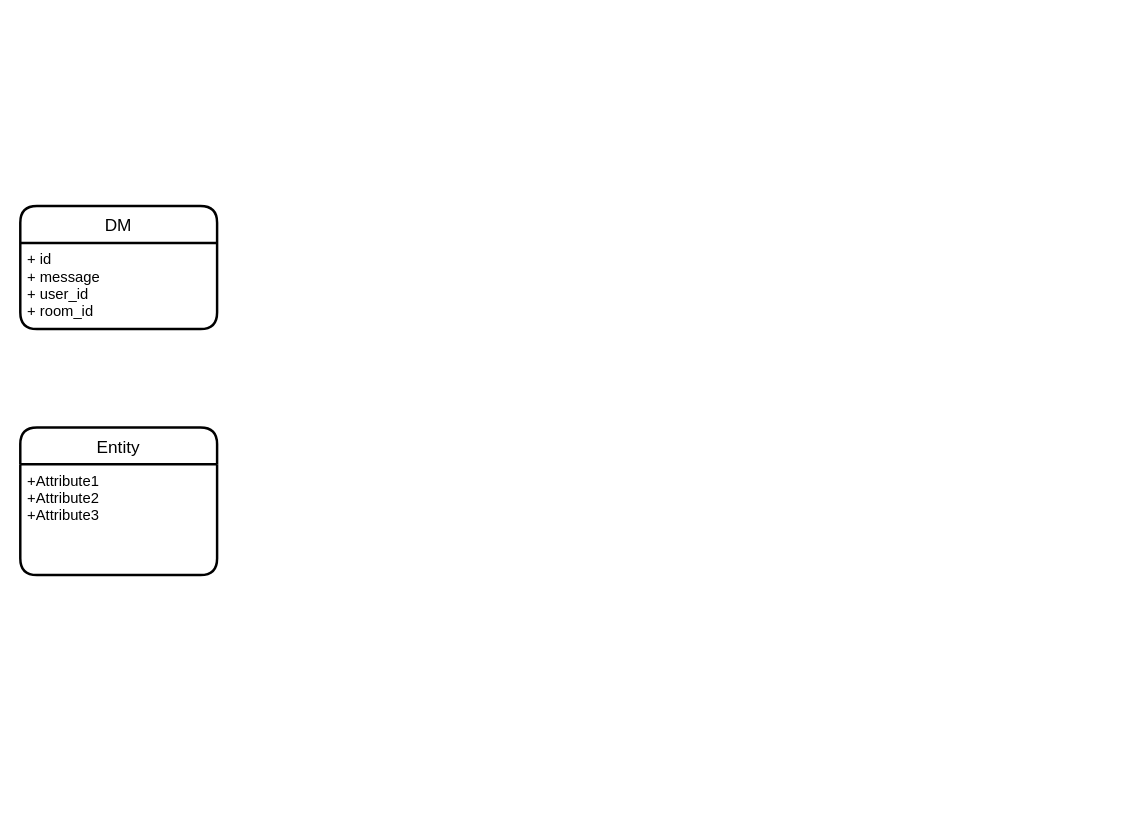
10Ne2Cx1To426/k-pop keeps this draw.io diagram as k-poo.dio. Above is the earlier version. Source tidied: cells renumbered, new cells numbered last; positions are measured from the earlier drawing's top-left corner, leaving out a move shared by most shapes. Both pictures are drawn from the tidied source at 123%, with x=0, y=0 at pixel (20, 205).
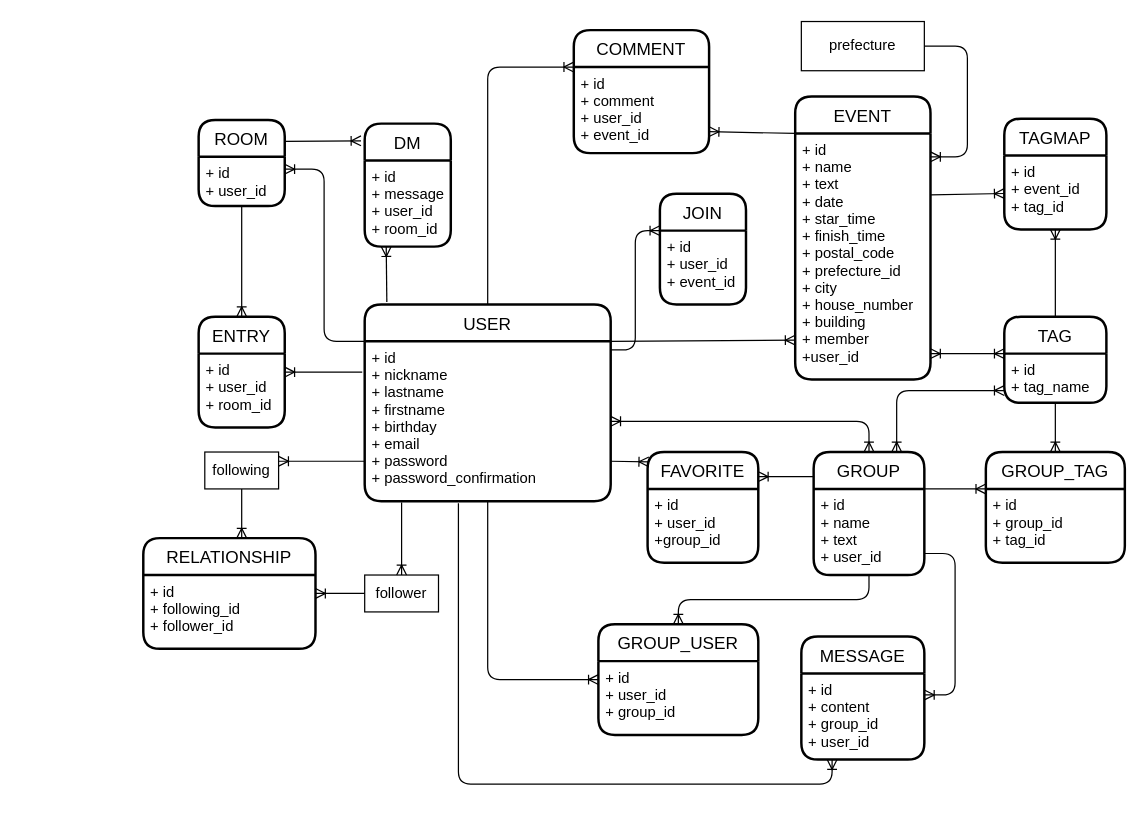
The same diagram, later.

What changed in the source:
```diff
@@
     <mxCell id="2" value="DM" style="swimlane;horizontal=1;startSize=30;rounded=1;fontSize=14;fontStyle=0;strokeWidth=2;shadow=0;dashed=0;align=center;" parent="1" vertex="1">
-      <mxGeometry width="160" height="100" as="geometry" />
+      <mxGeometry x="280" y="-67" width="70" height="100" as="geometry" />
     </mxCell>
     <mxCell id="3" value="+ id&#10;+ message&#10;+ user_id&#10;+ room_id" style="align=left;strokeColor=none;fillColor=none;spacingLeft=4;fontSize=12;verticalAlign=top;" parent="2" vertex="1">
-      <mxGeometry y="30" width="160" height="70" as="geometry" />
+      <mxGeometry y="30" width="70" height="70" as="geometry" />
     </mxCell>
-    <mxCell id="4" value="Entity" style="swimlane;horizontal=1;startSize=30;rounded=1;fontSize=14;fontStyle=0;strokeWidth=2;shadow=0;dashed=0;align=center;" parent="1" vertex="1">
-      <mxGeometry y="180" width="160" height="120" as="geometry" />
+    <mxCell id="4" value="ENTRY" style="swimlane;horizontal=1;startSize=30;rounded=1;fontSize=14;fontStyle=0;strokeWidth=2;shadow=0;dashed=0;align=center;" parent="1" vertex="1">
+      <mxGeometry x="145" y="90" width="70" height="90" as="geometry" />
     </mxCell>
-    <mxCell id="5" value="+Attribute1&#10;+Attribute2&#10;+Attribute3" style="align=left;strokeColor=none;fillColor=none;spacingLeft=4;fontSize=12;verticalAlign=top;" parent="4" vertex="1">
-      <mxGeometry y="30" width="160" height="90" as="geometry" />
+    <mxCell id="5" value="+ id&#10;+ user_id&#10;+ room_id" style="align=left;strokeColor=none;fillColor=none;spacingLeft=4;fontSize=12;verticalAlign=top;" parent="4" vertex="1">
+      <mxGeometry y="30" width="70" height="60" as="geometry" />
     </mxCell>
+    <mxCell id="6" value="EVENT" style="swimlane;horizontal=1;startSize=30;rounded=1;fontSize=14;fontStyle=0;strokeWidth=2;shadow=0;dashed=0;align=center;" parent="1" vertex="1">
+      <mxGeometry x="630" y="-89" width="110" height="230" as="geometry" />
+    </mxCell>
+    <mxCell id="7" value="+ id&#10;+ name&#10;+ text&#10;+ date&#10;+ star_time&#10;+ finish_time&#10;+ postal_code&#10;+ prefecture_id&#10;+ city&#10;+ house_number&#10;+ building&#10;+ member&#10;+user_id&#10;" style="align=left;strokeColor=none;fillColor=none;spacingLeft=4;fontSize=12;verticalAlign=top;" parent="6" vertex="1">
+      <mxGeometry y="30" width="110" height="200" as="geometry" />
+    </mxCell>
+    <mxCell id="8" value="FAVORITE" style="swimlane;horizontal=1;startSize=30;rounded=1;fontSize=14;fontStyle=0;strokeWidth=2;shadow=0;dashed=0;align=center;" parent="1" vertex="1">
+      <mxGeometry x="510" y="200" width="90" height="90" as="geometry" />
+    </mxCell>
+    <mxCell id="9" value="+ id&#10;+ user_id&#10;+group_id" style="align=left;strokeColor=none;fillColor=none;spacingLeft=4;fontSize=12;verticalAlign=top;" parent="8" vertex="1">
+      <mxGeometry y="30" width="90" height="60" as="geometry" />
+    </mxCell>
+    <mxCell id="10" value="GROUP_TAG" style="swimlane;horizontal=1;startSize=30;rounded=1;fontSize=14;fontStyle=0;strokeWidth=2;shadow=0;dashed=0;align=center;" parent="1" vertex="1">
+      <mxGeometry x="785" y="200" width="113" height="90" as="geometry" />
+    </mxCell>
+    <mxCell id="11" value="+ id&#10;+ group_id&#10;+ tag_id" style="align=left;strokeColor=none;fillColor=none;spacingLeft=4;fontSize=12;verticalAlign=top;" parent="10" vertex="1">
+      <mxGeometry y="30" width="113" height="60" as="geometry" />
+    </mxCell>
+    <mxCell id="12" value="GROUP_USER" style="swimlane;horizontal=1;startSize=30;rounded=1;fontSize=14;fontStyle=0;strokeWidth=2;shadow=0;dashed=0;align=center;" parent="1" vertex="1">
+      <mxGeometry x="470" y="340" width="130" height="90" as="geometry" />
+    </mxCell>
+    <mxCell id="13" value="+ id&#10;+ user_id&#10;+ group_id" style="align=left;strokeColor=none;fillColor=none;spacingLeft=4;fontSize=12;verticalAlign=top;" parent="12" vertex="1">
+      <mxGeometry y="30" width="130" height="60" as="geometry" />
+    </mxCell>
+    <mxCell id="14" value="GROUP" style="swimlane;horizontal=1;startSize=30;rounded=1;fontSize=14;fontStyle=0;strokeWidth=2;shadow=0;dashed=0;align=center;" parent="1" vertex="1">
+      <mxGeometry x="645" y="200" width="90" height="100" as="geometry" />
+    </mxCell>
+    <mxCell id="15" value="+ id&#10;+ name&#10;+ text&#10;+ user_id" style="align=left;strokeColor=none;fillColor=none;spacingLeft=4;fontSize=12;verticalAlign=top;" parent="14" vertex="1">
+      <mxGeometry y="30" width="90" height="70" as="geometry" />
+    </mxCell>
+    <mxCell id="16" value="JOIN" style="swimlane;horizontal=1;startSize=30;rounded=1;fontSize=14;fontStyle=0;strokeWidth=2;shadow=0;dashed=0;align=center;" parent="1" vertex="1">
+      <mxGeometry x="520" y="-10" width="70" height="90" as="geometry" />
+    </mxCell>
+    <mxCell id="17" value="+ id&#10;+ user_id&#10;+ event_id" style="align=left;strokeColor=none;fillColor=none;spacingLeft=4;fontSize=12;verticalAlign=top;" parent="16" vertex="1">
+      <mxGeometry y="30" width="70" height="60" as="geometry" />
+    </mxCell>
+    <mxCell id="18" value="MESSAGE" style="swimlane;horizontal=1;startSize=30;rounded=1;fontSize=14;fontStyle=0;strokeWidth=2;shadow=0;dashed=0;align=center;" parent="1" vertex="1">
+      <mxGeometry x="635" y="350" width="100" height="100" as="geometry" />
+    </mxCell>
+    <mxCell id="19" value="+ id&#10;+ content&#10;+ group_id&#10;+ user_id" style="align=left;strokeColor=none;fillColor=none;spacingLeft=4;fontSize=12;verticalAlign=top;" parent="18" vertex="1">
+      <mxGeometry y="30" width="100" height="70" as="geometry" />
+    </mxCell>
+    <mxCell id="20" value="RELATIONSHIP" style="swimlane;horizontal=1;startSize=30;rounded=1;fontSize=14;fontStyle=0;strokeWidth=2;shadow=0;dashed=0;align=center;" parent="1" vertex="1">
+      <mxGeometry x="100" y="270" width="140" height="90" as="geometry" />
+    </mxCell>
+    <mxCell id="21" value="+ id&#10;+ following_id&#10;+ follower_id&#10;" style="align=left;strokeColor=none;fillColor=none;spacingLeft=4;fontSize=12;verticalAlign=top;" parent="20" vertex="1">
+      <mxGeometry y="30" width="140" height="60" as="geometry" />
+    </mxCell>
+    <mxCell id="22" value="ROOM" style="swimlane;horizontal=1;startSize=30;rounded=1;fontSize=14;fontStyle=0;strokeWidth=2;shadow=0;dashed=0;align=center;" parent="1" vertex="1">
+      <mxGeometry x="145" y="-70" width="70" height="70" as="geometry" />
+    </mxCell>
+    <mxCell id="23" value="+ id&#10;+ user_id" style="align=left;strokeColor=none;fillColor=none;spacingLeft=4;fontSize=12;verticalAlign=top;" parent="22" vertex="1">
+      <mxGeometry y="30" width="70" height="40" as="geometry" />
+    </mxCell>
+    <mxCell id="24" value="TAGMAP" style="swimlane;horizontal=1;startSize=30;rounded=1;fontSize=14;fontStyle=0;strokeWidth=2;shadow=0;dashed=0;align=center;" parent="1" vertex="1">
+      <mxGeometry x="800" y="-71" width="83" height="90" as="geometry" />
+    </mxCell>
+    <mxCell id="25" value="+ id&#10;+ event_id&#10;+ tag_id" style="align=left;strokeColor=none;fillColor=none;spacingLeft=4;fontSize=12;verticalAlign=top;" parent="24" vertex="1">
+      <mxGeometry y="30" width="83" height="60" as="geometry" />
+    </mxCell>
+    <mxCell id="26" value="TAG" style="swimlane;horizontal=1;startSize=30;rounded=1;fontSize=14;fontStyle=0;strokeWidth=2;shadow=0;dashed=0;align=center;" parent="1" vertex="1">
+      <mxGeometry x="800" y="90" width="83" height="70" as="geometry" />
+    </mxCell>
+    <mxCell id="27" value="+ id&#10;+ tag_name" style="align=left;strokeColor=none;fillColor=none;spacingLeft=4;fontSize=12;verticalAlign=top;" parent="26" vertex="1">
+      <mxGeometry y="30" width="83" height="40" as="geometry" />
+    </mxCell>
+    <mxCell id="28" value="USER" style="swimlane;horizontal=1;startSize=30;rounded=1;fontSize=14;fontStyle=0;strokeWidth=2;shadow=0;dashed=0;align=center;" parent="1" vertex="1">
+      <mxGeometry x="280" y="80" width="200" height="160" as="geometry" />
+    </mxCell>
+    <mxCell id="29" value="+ id&#10;+ nickname&#10;+ lastname&#10;+ firstname&#10;+ birthday&#10;+ email&#10;+ password&#10;+ password_confirmation" style="align=left;strokeColor=none;fillColor=none;spacingLeft=4;fontSize=12;verticalAlign=top;" parent="28" vertex="1">
+      <mxGeometry y="30" width="200" height="130" as="geometry" />
+    </mxCell>
+    <mxCell id="30" value="prefecture" style="whiteSpace=wrap;html=1;align=center;" parent="1" vertex="1">
+      <mxGeometry x="635" y="-150" width="100" height="40" as="geometry" />
+    </mxCell>
+    <mxCell id="31" value="follower" style="whiteSpace=wrap;html=1;align=center;" parent="1" vertex="1">
+      <mxGeometry x="280" y="300" width="60" height="30" as="geometry" />
+    </mxCell>
+    <mxCell id="32" value="following" style="whiteSpace=wrap;html=1;align=center;" parent="1" vertex="1">
+      <mxGeometry x="150" y="200" width="60" height="30" as="geometry" />
+    </mxCell>
+    <mxCell id="33" value="COMMENT" style="swimlane;horizontal=1;startSize=30;rounded=1;fontSize=14;fontStyle=0;strokeWidth=2;shadow=0;dashed=0;align=center;" parent="1" vertex="1">
+      <mxGeometry x="450" y="-143" width="110" height="100" as="geometry" />
+    </mxCell>
+    <mxCell id="34" value="+ id&#10;+ comment&#10;+ user_id&#10;+ event_id" style="align=left;strokeColor=none;fillColor=none;spacingLeft=4;fontSize=12;verticalAlign=top;" parent="33" vertex="1">
+      <mxGeometry y="30" width="110" height="70" as="geometry" />
+    </mxCell>
+    <mxCell id="35" style="fontSize=12;html=1;endArrow=ERoneToMany;entryX=1;entryY=0.25;entryDx=0;entryDy=0;exitX=0;exitY=0.75;exitDx=0;exitDy=0;" parent="1" edge="1" source="29" target="32">
+      <mxGeometry relative="1" as="geometry" />
+    </mxCell>
+    <mxCell id="36" style="fontSize=12;html=1;endArrow=ERoneToMany;entryX=0.5;entryY=0;entryDx=0;entryDy=0;" parent="1" edge="1" target="31">
+      <mxGeometry relative="1" as="geometry">
+        <mxPoint x="310" y="241" as="sourcePoint" />
+      </mxGeometry>
+    </mxCell>
+    <mxCell id="37" style="fontSize=12;html=1;endArrow=ERoneToMany;exitX=0.5;exitY=1;exitDx=0;exitDy=0;" parent="1" edge="1" source="32">
+      <mxGeometry relative="1" as="geometry">
+        <mxPoint x="180" y="270" as="targetPoint" />
+      </mxGeometry>
+    </mxCell>
+    <mxCell id="38" style="fontSize=12;html=1;endArrow=ERoneToMany;entryX=1;entryY=0.25;entryDx=0;entryDy=0;" parent="1" edge="1" source="31" target="21">
+      <mxGeometry relative="1" as="geometry" />
+    </mxCell>
+    <mxCell id="39" style="fontSize=12;html=1;endArrow=ERoneToMany;entryX=0.25;entryY=1;entryDx=0;entryDy=0;" parent="1" edge="1" target="3">
+      <mxGeometry relative="1" as="geometry">
+        <mxPoint x="298" y="78" as="sourcePoint" />
+      </mxGeometry>
+    </mxCell>
+    <mxCell id="40" style="fontSize=12;html=1;endArrow=ERoneToMany;exitX=1;exitY=0.25;exitDx=0;exitDy=0;entryX=-0.043;entryY=0.14;entryDx=0;entryDy=0;entryPerimeter=0;" parent="1" edge="1" source="22" target="2">
+      <mxGeometry relative="1" as="geometry" />
+    </mxCell>
+    <mxCell id="41" style="edgeStyle=elbowEdgeStyle;fontSize=12;html=1;endArrow=ERoneToMany;entryX=1;entryY=0.25;entryDx=0;entryDy=0;exitX=0;exitY=0;exitDx=0;exitDy=0;" parent="1" edge="1" source="29" target="23">
+      <mxGeometry relative="1" as="geometry" />
+    </mxCell>
+    <mxCell id="42" style="fontSize=12;html=1;endArrow=ERoneToMany;entryX=1;entryY=0.25;entryDx=0;entryDy=0;" parent="1" edge="1" target="5">
+      <mxGeometry relative="1" as="geometry">
+        <mxPoint x="278" y="135" as="sourcePoint" />
+      </mxGeometry>
+    </mxCell>
+    <mxCell id="43" style="fontSize=12;html=1;endArrow=ERoneToMany;entryX=0.5;entryY=0;entryDx=0;entryDy=0;exitX=0.5;exitY=1;exitDx=0;exitDy=0;" parent="1" edge="1" source="23" target="4">
+      <mxGeometry relative="1" as="geometry" />
+    </mxCell>
+    <mxCell id="44" style="fontSize=12;html=1;endArrow=ERoneToMany;exitX=1;exitY=0;exitDx=0;exitDy=0;" parent="1" edge="1" source="29">
+      <mxGeometry relative="1" as="geometry">
+        <mxPoint x="630" y="109" as="targetPoint" />
+      </mxGeometry>
+    </mxCell>
+    <mxCell id="45" style="edgeStyle=elbowEdgeStyle;fontSize=12;html=1;endArrow=ERoneToMany;entryX=0;entryY=0;entryDx=0;entryDy=0;" parent="1" edge="1" target="17">
+      <mxGeometry relative="1" as="geometry">
+        <mxPoint x="480" y="117" as="sourcePoint" />
+      </mxGeometry>
+    </mxCell>
+    <mxCell id="46" style="edgeStyle=orthogonalEdgeStyle;fontSize=12;html=1;endArrow=ERoneToMany;exitX=0.5;exitY=0;exitDx=0;exitDy=0;entryX=0;entryY=0;entryDx=0;entryDy=0;" parent="1" edge="1" source="28" target="34">
+      <mxGeometry relative="1" as="geometry">
+        <Array as="points">
+          <mxPoint x="380" y="-113" />
+        </Array>
+      </mxGeometry>
+    </mxCell>
+    <mxCell id="47" style="fontSize=12;html=1;endArrow=ERoneToMany;entryX=1;entryY=0.75;entryDx=0;entryDy=0;exitX=0;exitY=0;exitDx=0;exitDy=0;" parent="1" edge="1" source="7" target="34">
+      <mxGeometry relative="1" as="geometry" />
+    </mxCell>
+    <mxCell id="48" style="fontSize=12;html=1;endArrow=ERoneToMany;exitX=1;exitY=0.75;exitDx=0;exitDy=0;entryX=0.011;entryY=0.089;entryDx=0;entryDy=0;entryPerimeter=0;" parent="1" edge="1" source="29" target="8">
+      <mxGeometry relative="1" as="geometry" />
+    </mxCell>
+    <mxCell id="49" style="fontSize=12;html=1;endArrow=ERoneToMany;" parent="1" edge="1">
+      <mxGeometry relative="1" as="geometry">
+        <mxPoint x="600" y="220" as="sourcePoint" />
+        <mxPoint x="600" y="220" as="targetPoint" />
+        <Array as="points">
+          <mxPoint x="650" y="220" />
+        </Array>
+      </mxGeometry>
+    </mxCell>
+    <mxCell id="50" style="edgeStyle=orthogonalEdgeStyle;fontSize=12;html=1;endArrow=ERoneToMany;exitX=0.5;exitY=1;exitDx=0;exitDy=0;entryX=0;entryY=0.25;entryDx=0;entryDy=0;" parent="1" edge="1" source="29" target="13">
+      <mxGeometry relative="1" as="geometry" />
+    </mxCell>
+    <mxCell id="51" style="edgeStyle=orthogonalEdgeStyle;fontSize=12;html=1;endArrow=ERoneToMany;entryX=0.5;entryY=0;entryDx=0;entryDy=0;exitX=0.5;exitY=1;exitDx=0;exitDy=0;" parent="1" edge="1" source="15" target="12">
+      <mxGeometry relative="1" as="geometry" />
+    </mxCell>
+    <mxCell id="52" style="edgeStyle=orthogonalEdgeStyle;fontSize=12;html=1;endArrow=ERoneToMany;exitX=0.381;exitY=1.013;exitDx=0;exitDy=0;exitPerimeter=0;entryX=0.25;entryY=1;entryDx=0;entryDy=0;" parent="1" edge="1" source="29" target="18">
+      <mxGeometry relative="1" as="geometry">
+        <Array as="points">
+          <mxPoint x="356" y="470" />
+          <mxPoint x="660" y="470" />
+        </Array>
+      </mxGeometry>
+    </mxCell>
+    <mxCell id="53" style="edgeStyle=elbowEdgeStyle;fontSize=12;html=1;endArrow=ERoneToMany;entryX=1;entryY=0.25;entryDx=0;entryDy=0;exitX=1;exitY=0.75;exitDx=0;exitDy=0;" parent="1" edge="1" source="15" target="19">
+      <mxGeometry relative="1" as="geometry">
+        <Array as="points">
+          <mxPoint x="760" y="340" />
+        </Array>
+      </mxGeometry>
+    </mxCell>
+    <mxCell id="54" style="edgeStyle=orthogonalEdgeStyle;fontSize=12;html=1;endArrow=ERoneToMany;startArrow=ERoneToMany;exitX=1;exitY=0.5;exitDx=0;exitDy=0;entryX=0.5;entryY=0;entryDx=0;entryDy=0;" parent="1" edge="1" source="29" target="14">
+      <mxGeometry relative="1" as="geometry" />
+    </mxCell>
+    <mxCell id="55" style="edgeStyle=orthogonalEdgeStyle;fontSize=12;html=1;endArrow=ERoneToMany;startArrow=ERoneToMany;entryX=0;entryY=0.75;entryDx=0;entryDy=0;exitX=0.75;exitY=0;exitDx=0;exitDy=0;" parent="1" edge="1" source="14" target="27">
+      <mxGeometry relative="1" as="geometry" />
+    </mxCell>
+    <mxCell id="56" style="fontSize=12;html=1;endArrow=ERoneToMany;entryX=0;entryY=0;entryDx=0;entryDy=0;exitX=1;exitY=0;exitDx=0;exitDy=0;" parent="1" edge="1" source="15" target="11">
+      <mxGeometry relative="1" as="geometry" />
+    </mxCell>
+    <mxCell id="57" style="fontSize=12;html=1;endArrow=ERoneToMany;entryX=0.5;entryY=0;entryDx=0;entryDy=0;" parent="1" edge="1" source="27" target="10">
+      <mxGeometry relative="1" as="geometry" />
+    </mxCell>
+    <mxCell id="58" style="fontSize=12;html=1;endArrow=ERoneToMany;exitX=0.5;exitY=0;exitDx=0;exitDy=0;entryX=0.5;entryY=1;entryDx=0;entryDy=0;" parent="1" edge="1" source="26" target="25">
+      <mxGeometry relative="1" as="geometry" />
+    </mxCell>
+    <mxCell id="59" style="fontSize=12;html=1;endArrow=ERoneToMany;startArrow=ERoneToMany;entryX=0;entryY=0;entryDx=0;entryDy=0;exitX=1;exitY=0.895;exitDx=0;exitDy=0;exitPerimeter=0;" parent="1" edge="1" source="7" target="27">
+      <mxGeometry relative="1" as="geometry" />
+    </mxCell>
+    <mxCell id="60" style="fontSize=12;html=1;endArrow=ERoneToMany;exitX=1;exitY=0.25;exitDx=0;exitDy=0;" parent="1" edge="1" source="7" target="25">
+      <mxGeometry relative="1" as="geometry" />
+    </mxCell>
+    <mxCell id="61" style="edgeStyle=elbowEdgeStyle;fontSize=12;html=1;endArrow=ERoneToMany;exitX=1;exitY=0.5;exitDx=0;exitDy=0;" parent="1" edge="1" source="30">
+      <mxGeometry relative="1" as="geometry">
+        <mxPoint x="740" y="-40" as="targetPoint" />
+        <Array as="points">
+          <mxPoint x="770" y="-90" />
+        </Array>
+      </mxGeometry>
+    </mxCell>
```
